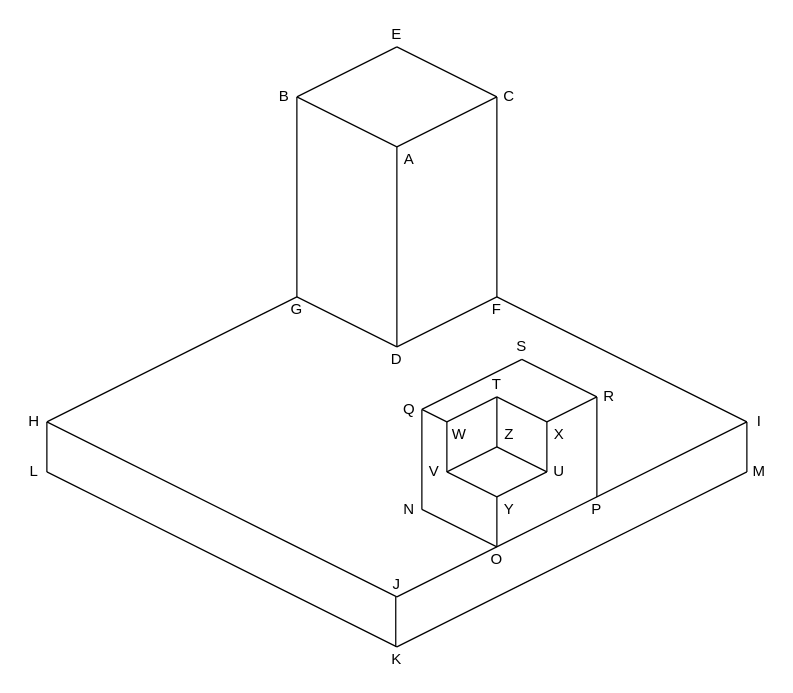
norvig/paip-lisp keeps this draw.io diagram as docs/images/chapter17/fig-17-11.drawio. Above is the earlier version. Source tidied: cells renumbered, new cells numbered last; positions are measured from the earlier drawing's top-left corner, leaving out a move shared by most shapes. Both pictures are drawn from the tidied source at 125%, with x=0, y=0 at pixel (21, 21).
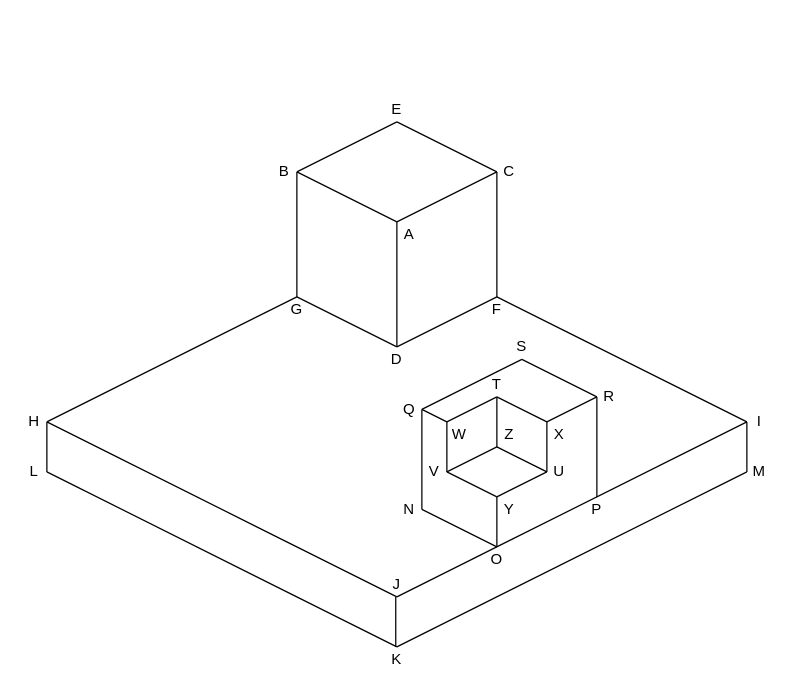
The same page after the edit.

The edit, as a diff of the source:
```diff
@@
     <mxCell id="2" style="endArrow=none;html=1;rounded=0;" parent="1" edge="1">
       <mxGeometry relative="1" as="geometry">
-        <mxPoint x="220" y="60" as="sourcePoint" />
-        <mxPoint x="300" y="20" as="targetPoint" />
+        <mxPoint x="220" y="120" as="sourcePoint" />
+        <mxPoint x="300" y="80" as="targetPoint" />
       </mxGeometry>
     </mxCell>
     <mxCell id="3" style="endArrow=none;html=1;rounded=0;" parent="1" edge="1">
       <mxGeometry relative="1" as="geometry">
-        <mxPoint x="300" y="100" as="sourcePoint" />
-        <mxPoint x="380" y="60" as="targetPoint" />
+        <mxPoint x="300" y="160" as="sourcePoint" />
+        <mxPoint x="380" y="120" as="targetPoint" />
       </mxGeometry>
     </mxCell>
     <mxCell id="4" style="endArrow=none;html=1;rounded=0;" parent="1" edge="1">
       <mxGeometry relative="1" as="geometry">
-        <mxPoint x="220" y="60" as="sourcePoint" />
-        <mxPoint x="300" y="100" as="targetPoint" />
+        <mxPoint x="220" y="120" as="sourcePoint" />
+        <mxPoint x="300" y="160" as="targetPoint" />
       </mxGeometry>
     </mxCell>
     <mxCell id="5" style="endArrow=none;html=1;rounded=0;" parent="1" edge="1">
       <mxGeometry relative="1" as="geometry">
-        <mxPoint x="300" y="20" as="sourcePoint" />
-        <mxPoint x="380" y="60" as="targetPoint" />
+        <mxPoint x="300" y="80" as="sourcePoint" />
+        <mxPoint x="380" y="120" as="targetPoint" />
       </mxGeometry>
     </mxCell>
-    <mxCell id="6" style="endArrow=none;html=1;rounded=0;" parent="1" edge="1">
+    <mxCell id="6" style="endArrow=none;html=1;rounded=0;entryX=1;entryY=0.5;entryDx=0;entryDy=0;" parent="1" edge="1" target="23">
       <mxGeometry relative="1" as="geometry">
         <mxPoint x="220" y="220" as="sourcePoint" />
-        <mxPoint x="220" y="60" as="targetPoint" />
       </mxGeometry>
     </mxCell>
@@
-    <mxCell id="8" style="endArrow=none;html=1;rounded=0;" parent="1" edge="1">
+    <mxCell id="8" style="endArrow=none;html=1;rounded=0;entryX=0;entryY=0;entryDx=0;entryDy=0;" parent="1" edge="1" target="22">
       <mxGeometry relative="1" as="geometry">
         <mxPoint x="300" y="260" as="sourcePoint" />
-        <mxPoint x="300" y="100" as="targetPoint" />
       </mxGeometry>
     </mxCell>
-    <mxCell id="9" style="endArrow=none;html=1;rounded=0;" parent="1" edge="1">
+    <mxCell id="9" style="endArrow=none;html=1;rounded=0;entryX=0;entryY=0.5;entryDx=0;entryDy=0;" parent="1" edge="1" target="21">
       <mxGeometry relative="1" as="geometry">
         <mxPoint x="380" y="220" as="sourcePoint" />
-        <mxPoint x="380" y="60" as="targetPoint" />
       </mxGeometry>
     </mxCell>
@@
     <mxCell id="20" value="E" style="text;html=1;strokeColor=none;fillColor=none;align=center;verticalAlign=middle;whiteSpace=wrap;rounded=0;" parent="1" vertex="1">
-      <mxGeometry x="290" width="20" height="20" as="geometry" />
+      <mxGeometry x="290" y="60" width="20" height="20" as="geometry" />
     </mxCell>
     <mxCell id="21" value="C" style="text;html=1;strokeColor=none;fillColor=none;align=center;verticalAlign=middle;whiteSpace=wrap;rounded=0;" parent="1" vertex="1">
-      <mxGeometry x="380" y="50" width="20" height="20" as="geometry" />
+      <mxGeometry x="380" y="110" width="20" height="20" as="geometry" />
     </mxCell>
     <mxCell id="22" value="A" style="text;html=1;strokeColor=none;fillColor=none;align=center;verticalAlign=middle;whiteSpace=wrap;rounded=0;" parent="1" vertex="1">
-      <mxGeometry x="300" y="100" width="20" height="20" as="geometry" />
+      <mxGeometry x="300" y="160" width="20" height="20" as="geometry" />
     </mxCell>
     <mxCell id="23" value="B" style="text;html=1;strokeColor=none;fillColor=none;align=center;verticalAlign=middle;whiteSpace=wrap;rounded=0;" parent="1" vertex="1">
-      <mxGeometry x="200" y="50" width="20" height="20" as="geometry" />
+      <mxGeometry x="200" y="110" width="20" height="20" as="geometry" />
     </mxCell>
```
